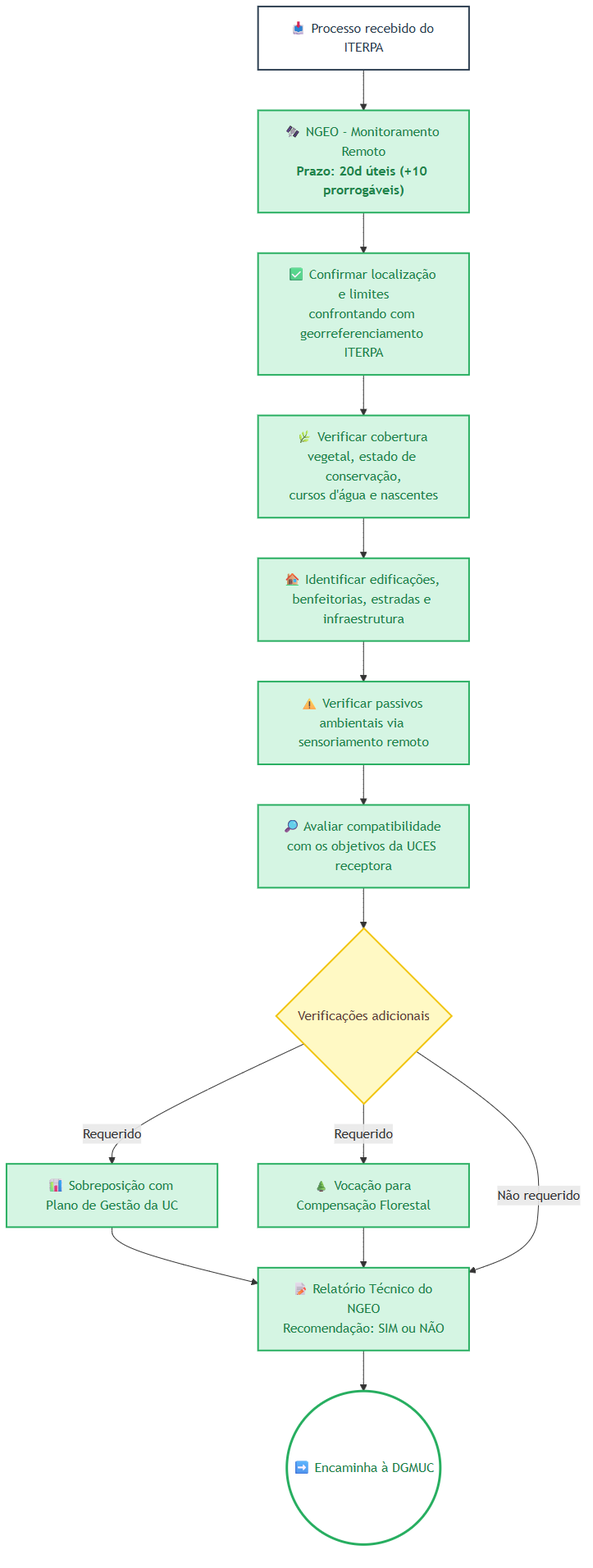
The Mermaid diagram docs/03-fluxos/imagens/04-ngeo.png in NGEO-IDEFLOR-Bio/certFundiaria-uces-pa, before a commit. Its source is kept beside it as docs/03-fluxos/imagens/04-ngeo.mmd.
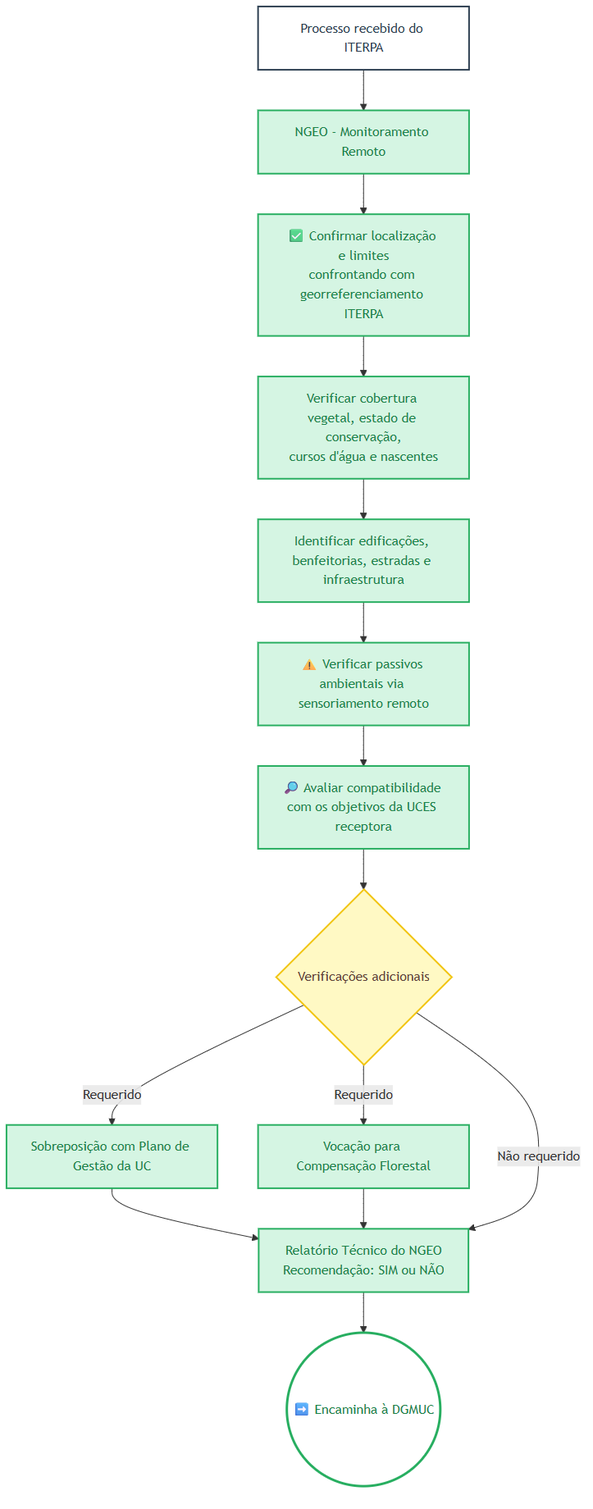
After the change.

The edit, as a diff of the source:
```diff
@@ -3,25 +3,25 @@
     classDef decisao fill:#FFF9C4,stroke:#F1C40F,stroke-width:2px,color:#5D4037
     classDef entrada fill:#FFFFFF,stroke:#2C3E50,stroke-width:2px,color:#2C3E50
 
-    IN["📥 Processo recebido do ITERPA"]:::entrada
-    --> NGEO["🛰️ NGEO - Monitoramento Remoto<br/><b>Prazo: 20d úteis (+10 prorrogáveis)</b>"]:::ideflor
+    IN["Processo recebido do ITERPA"]:::entrada
+    --> NGEO["NGEO - Monitoramento Remoto"]:::ideflor
 
     NGEO --> V1["✅ Confirmar localização e limites<br/>confrontando com georreferenciamento ITERPA"]:::ideflor
-    V1 --> V2["🌿 Verificar cobertura vegetal, estado de conservação,<br/>cursos d'água e nascentes"]:::ideflor
-    V2 --> V3["🏠 Identificar edificações, benfeitorias, estradas e infraestrutura"]:::ideflor
+    V1 --> V2["Verificar cobertura vegetal, estado de conservação,<br/>cursos d'água e nascentes"]:::ideflor
+    V2 --> V3["Identificar edificações, benfeitorias, estradas e infraestrutura"]:::ideflor
     V3 --> V4["⚠️ Verificar passivos ambientais via sensoriamento remoto"]:::ideflor
     V4 --> V5["🔎 Avaliar compatibilidade com os objetivos da UCES receptora"]:::ideflor
 
     V5 --> EXTRA{"Verificações adicionais"}:::decisao
 
-    EXTRA --> |Requerido| PG["📊 Sobreposição com Plano de Gestão da UC"]:::ideflor
-    EXTRA --> |Requerido| CF["🌲 Vocação para Compensação Florestal"]:::ideflor
+    EXTRA --> |Requerido| PG["Sobreposição com Plano de Gestão da UC"]:::ideflor
+    EXTRA --> |Requerido| CF["Vocação para Compensação Florestal"]:::ideflor
 
     PG --> REL
     CF --> REL
     EXTRA --> |Não requerido| REL
 
-    REL["📝 Relatório Técnico do NGEO<br/>Recomendação: SIM ou NÃO"]:::ideflor
+    REL["Relatório Técnico do NGEO<br/>Recomendação: SIM ou NÃO"]:::ideflor
     --> DGMUC(("➡️ Encaminha à DGMUC")):::entrada
 
     style DGMUC stroke:#27AE60,stroke-width:3px,color:#1E8449
```
